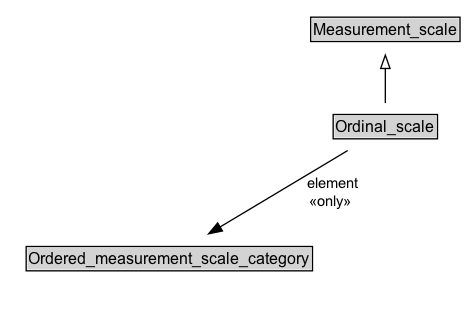
ISO-TC204/ontology-i72-v1 keeps this Graphviz diagram as docs/diagrams/Ordinal_scale.dot.png. Above is the earlier version. Its source is kept beside it as docs/diagrams/Ordinal_scale.dot. Source of this version:
```dot
digraph {
	graph [overlap=false rankdir=TB splines=true]
	node [fontname=Arial fontsize=12 margin=0 shape=none]
	edge [fontname=Arial fontsize=11]
	{
		rank=max
		Ordinal_scale [label=<<TABLE BORDER="1" CELLBORDER="0" CELLSPACING="0" CELLPADDING="1"><TR><TD BGCOLOR="lightgray" ALIGN="CENTER" PORT="e">Ordinal_scale</TD></TR></TABLE>> URL="../Ordinal_scale.md" margin=0]
	}
	subgraph cluster_associated {
		label="" style=invis
		Invis [label=<<TABLE BORDER="0" CELLBORDER="0" CELLSPACING="0" CELLPADDING="1"><TR><TD></TD></TR></TABLE>> margin=0 style=invis]
		Ordered_measurement_scale_category [label=<<TABLE BORDER="1" CELLBORDER="0" CELLSPACING="0" CELLPADDING="1"><TR><TD BGCOLOR="lightgray" ALIGN="CENTER">Ordered_measurement_scale_category</TD></TR></TABLE>> URL="../Ordered_measurement_scale_category.md" margin=0]
	}
	Measurement_scale [label=<<TABLE BORDER="1" CELLBORDER="0" CELLSPACING="0" CELLPADDING="1"><TR><TD BGCOLOR="lightgray" ALIGN="CENTER">Measurement_scale</TD></TR></TABLE>> URL="../Measurement_scale.md" margin=0]
	Ordinal_scale -> Measurement_scale [arrowhead=onormal style=solid]
	Ordinal_scale -> Invis [style=invis]
	Invis -> Ordered_measurement_scale_category [style=invis]
	Ordinal_scale -> Ordered_measurement_scale_category [label=" element
 «only»  " arrowhead=normal style=solid]
}
```
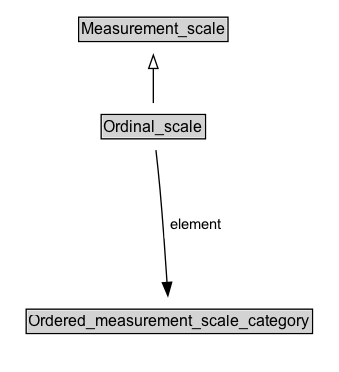
The same diagram one commit later.

What changed in the source:
```diff
@@ -3,18 +3,21 @@
 	node [fontname=Arial fontsize=12 margin=0 shape=none]
 	edge [fontname=Arial fontsize=11]
 	{
+		rank=source
+		Measurement_scale [label=<<TABLE BORDER="1" CELLBORDER="0" CELLSPACING="0" CELLPADDING="1"><TR><TD BGCOLOR="lightgray" ALIGN="CENTER">Measurement_scale</TD></TR></TABLE>> URL="../Measurement_scale" margin=0]
+	}
+	Ordinal_scale [label=<<TABLE BORDER="1" CELLBORDER="0" CELLSPACING="0" CELLPADDING="1"><TR><TD BGCOLOR="lightgray" ALIGN="CENTER">Ordinal_scale</TD></TR></TABLE>> URL="../Ordinal_scale" margin=0]
+	{
 		rank=max
-		Ordinal_scale [label=<<TABLE BORDER="1" CELLBORDER="0" CELLSPACING="0" CELLPADDING="1"><TR><TD BGCOLOR="lightgray" ALIGN="CENTER" PORT="e">Ordinal_scale</TD></TR></TABLE>> URL="../Ordinal_scale.md" margin=0]
 	}
 	subgraph cluster_associated {
 		label="" style=invis
 		Invis [label=<<TABLE BORDER="0" CELLBORDER="0" CELLSPACING="0" CELLPADDING="1"><TR><TD></TD></TR></TABLE>> margin=0 style=invis]
-		Ordered_measurement_scale_category [label=<<TABLE BORDER="1" CELLBORDER="0" CELLSPACING="0" CELLPADDING="1"><TR><TD BGCOLOR="lightgray" ALIGN="CENTER">Ordered_measurement_scale_category</TD></TR></TABLE>> URL="../Ordered_measurement_scale_category.md" margin=0]
+		Ordered_measurement_scale_category [label=<<TABLE BORDER="1" CELLBORDER="0" CELLSPACING="0" CELLPADDING="1"><TR><TD BGCOLOR="lightgray" ALIGN="CENTER">Ordered_measurement_scale_category</TD></TR></TABLE>> URL="../Ordered_measurement_scale_category" margin=0]
 	}
-	Measurement_scale [label=<<TABLE BORDER="1" CELLBORDER="0" CELLSPACING="0" CELLPADDING="1"><TR><TD BGCOLOR="lightgray" ALIGN="CENTER">Measurement_scale</TD></TR></TABLE>> URL="../Measurement_scale.md" margin=0]
 	Ordinal_scale -> Measurement_scale [arrowhead=onormal style=solid]
 	Ordinal_scale -> Invis [style=invis]
 	Invis -> Ordered_measurement_scale_category [style=invis]
-	Ordinal_scale -> Ordered_measurement_scale_category [label=" element
- «only»  " arrowhead=normal style=solid]
+	Ordered_measurement_scale_category [label=<<TABLE BORDER="1" CELLBORDER="0" CELLSPACING="0" CELLPADDING="1"><TR><TD BGCOLOR="lightgray" ALIGN="CENTER">Ordered_measurement_scale_category</TD></TR></TABLE>> URL="../Ordered_measurement_scale_category" margin=0]
+	Ordinal_scale -> Ordered_measurement_scale_category [label=<<TABLE BORDER="0" CELLBORDER="0" CELLSPACING="0" CELLPADDING="4" BGCOLOR="white"><TR><TD ALIGN="CENTER">element</TD></TR></TABLE>> arrowhead=normal style=solid]
 }
```
